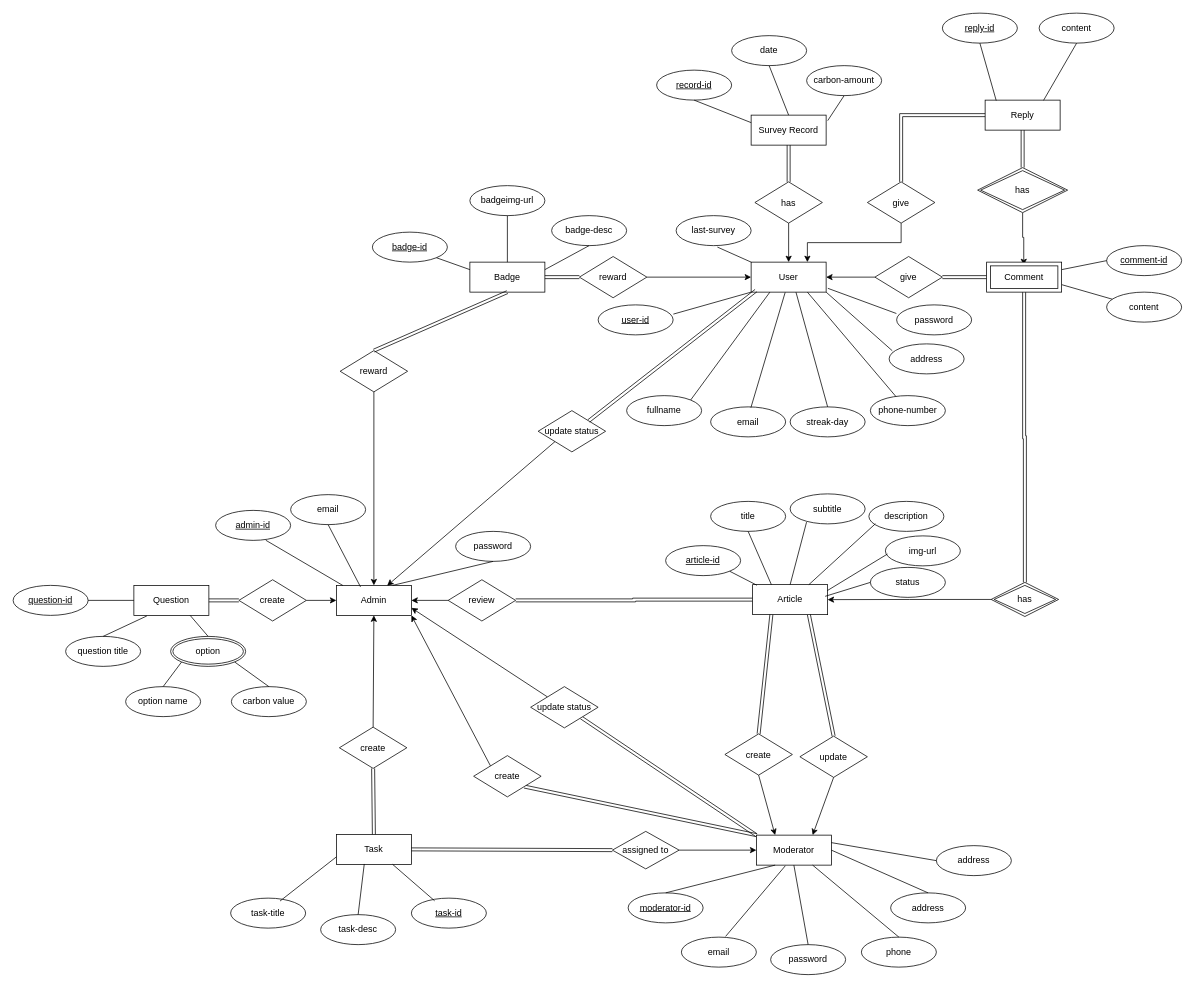
NoelPOS/carbon-tracker keeps this draw.io diagram as carbonTracker.drawio. Above is the earlier version. Source tidied: cells renumbered, new cells numbered last; positions are measured from the earlier drawing's top-left corner, leaving out a move shared by most shapes. Both pictures are drawn from the tidied source at 75%, with x=0, y=0 at pixel (13, 13).
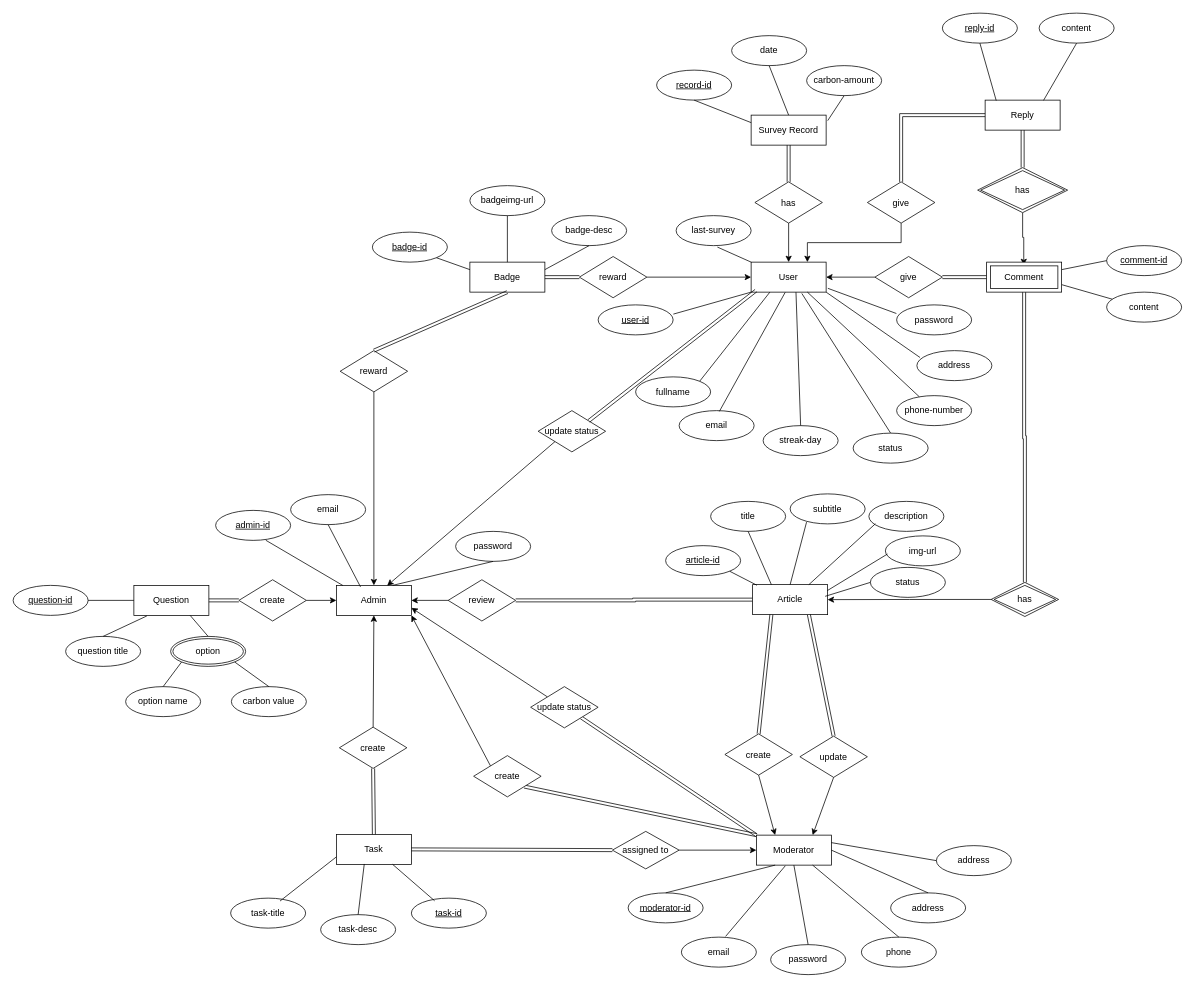
Above is the later version.

Unchanged cells that the change refers to:
```xml
<mxCell id="30" value="User" style="whiteSpace=wrap;html=1;align=center;" parent="1" vertex="1">
  <mxGeometry x="984" y="332" width="100" height="40" as="geometry" />
</mxCell>
```

The edit, as a diff of the source:
```diff
@@
     <mxCell id="62" value="fullname" style="ellipse;whiteSpace=wrap;html=1;align=center;" parent="1" vertex="1">
-      <mxGeometry x="818" y="510" width="100" height="40" as="geometry" />
+      <mxGeometry x="830" y="485" width="100" height="40" as="geometry" />
     </mxCell>
     <mxCell id="63" value="email" style="ellipse;whiteSpace=wrap;html=1;align=center;" parent="1" vertex="1">
-      <mxGeometry x="930" y="525" width="100" height="40" as="geometry" />
+      <mxGeometry x="888" y="530" width="100" height="40" as="geometry" />
     </mxCell>
@@
     <mxCell id="69" value="address" style="ellipse;whiteSpace=wrap;html=1;align=center;" parent="1" vertex="1">
-      <mxGeometry x="1168" y="441" width="100" height="40" as="geometry" />
+      <mxGeometry x="1205" y="450" width="100" height="40" as="geometry" />
     </mxCell>
@@
     <mxCell id="74" value="phone-number" style="ellipse;whiteSpace=wrap;html=1;align=center;" parent="1" vertex="1">
-      <mxGeometry x="1143" y="510" width="100" height="40" as="geometry" />
+      <mxGeometry x="1178" y="510" width="100" height="40" as="geometry" />
     </mxCell>
     <mxCell id="75" value="streak-day" style="ellipse;whiteSpace=wrap;html=1;align=center;" parent="1" vertex="1">
-      <mxGeometry x="1036" y="525" width="100" height="40" as="geometry" />
+      <mxGeometry x="1000" y="550" width="100" height="40" as="geometry" />
     </mxCell>
@@
+    <mxCell id="143" value="status" style="ellipse;whiteSpace=wrap;html=1;align=center;" parent="1" vertex="1">
+      <mxGeometry x="1120" y="560" width="100" height="40" as="geometry" />
+    </mxCell>
+    <mxCell id="144" style="endArrow=none;html=1;rounded=0;entryX=0.5;entryY=0;entryDx=0;entryDy=0;exitX=0.676;exitY=1.044;exitDx=0;exitDy=0;exitPerimeter=0;" parent="1" edge="1" source="30" target="143">
+      <mxGeometry relative="1" as="geometry" />
+    </mxCell>
```
